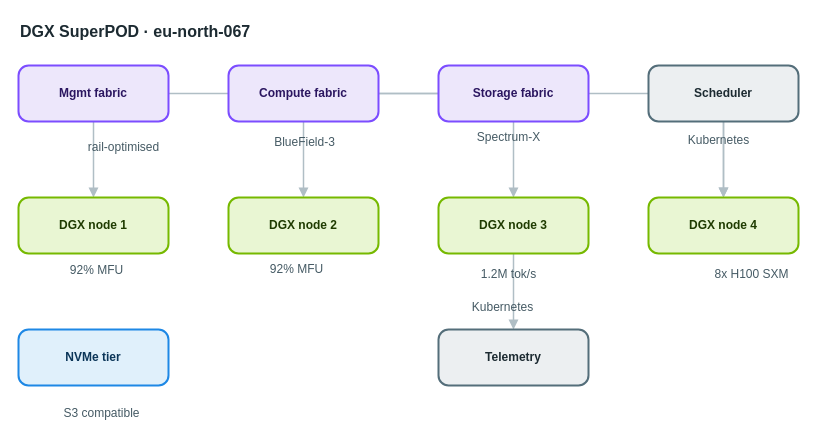
This is apps/web/public/samples/library/067-dgx-superpod.drawio from AryanG01/open-apprentice, a draw.io file, before an edit. Source tidied: cells renumbered, new cells numbered last; positions are measured from the earlier drawing's top-left corner, leaving out a move shared by most shapes. Both pictures are drawn from the tidied source at 100%, with x=0, y=0 at pixel (18, 17).
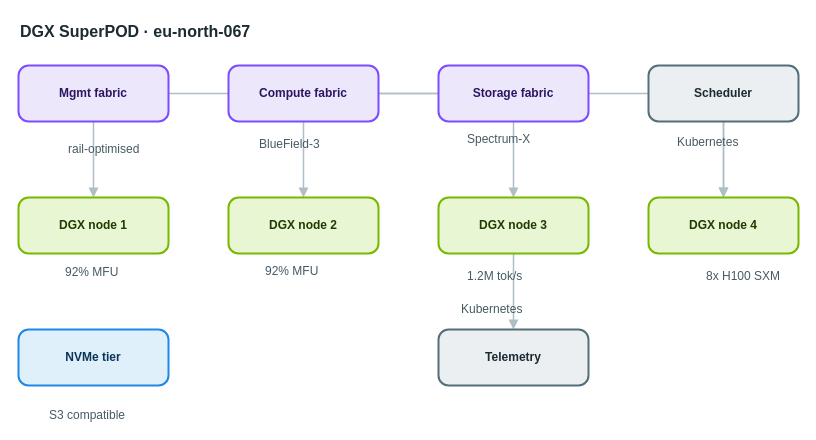
The same page after the edit.

Diff of the diagram source:
```diff
@@
-    <mxCell id="19" value="rail-optimised" style="text;html=1;align=center;verticalAlign=middle;whiteSpace=nowrap;strokeColor=none;fillColor=none;fontSize=12;fontColor=#455a64;" parent="1" vertex="1">
+    <mxCell id="19" value="rail-optimised" style="text;html=1;align=left;verticalAlign=top;whiteSpace=nowrap;spacing=0;spacingTop=0;strokeColor=none;fillColor=none;fontSize=12;fontColor=#455a64;" parent="1" vertex="1">
       <mxGeometry x="50" y="120" width="110" height="20" as="geometry" />
     </mxCell>
-    <mxCell id="20" value="BlueField-3" style="text;html=1;align=center;verticalAlign=middle;whiteSpace=nowrap;strokeColor=none;fillColor=none;fontSize=12;fontColor=#455a64;" parent="1" vertex="1">
+    <mxCell id="20" value="BlueField-3" style="text;html=1;align=left;verticalAlign=top;whiteSpace=nowrap;spacing=0;spacingTop=0;strokeColor=none;fillColor=none;fontSize=12;fontColor=#455a64;" parent="1" vertex="1">
       <mxGeometry x="241" y="115" width="89" height="20" as="geometry" />
     </mxCell>
-    <mxCell id="21" value="Spectrum-X" style="text;html=1;align=center;verticalAlign=middle;whiteSpace=nowrap;strokeColor=none;fillColor=none;fontSize=12;fontColor=#455a64;" parent="1" vertex="1">
+    <mxCell id="21" value="Spectrum-X" style="text;html=1;align=left;verticalAlign=top;whiteSpace=nowrap;spacing=0;spacingTop=0;strokeColor=none;fillColor=none;fontSize=12;fontColor=#455a64;" parent="1" vertex="1">
       <mxGeometry x="449" y="110" width="82" height="20" as="geometry" />
     </mxCell>
-    <mxCell id="22" value="92% MFU" style="text;html=1;align=center;verticalAlign=middle;whiteSpace=nowrap;strokeColor=none;fillColor=none;fontSize=12;fontColor=#455a64;" parent="1" vertex="1">
+    <mxCell id="22" value="92% MFU" style="text;html=1;align=left;verticalAlign=top;whiteSpace=nowrap;spacing=0;spacingTop=0;strokeColor=none;fillColor=none;fontSize=12;fontColor=#455a64;" parent="1" vertex="1">
       <mxGeometry x="47" y="243" width="61" height="20" as="geometry" />
     </mxCell>
-    <mxCell id="23" value="92% MFU" style="text;html=1;align=center;verticalAlign=middle;whiteSpace=nowrap;strokeColor=none;fillColor=none;fontSize=12;fontColor=#455a64;" parent="1" vertex="1">
+    <mxCell id="23" value="92% MFU" style="text;html=1;align=left;verticalAlign=top;whiteSpace=nowrap;spacing=0;spacingTop=0;strokeColor=none;fillColor=none;fontSize=12;fontColor=#455a64;" parent="1" vertex="1">
       <mxGeometry x="247" y="242" width="61" height="20" as="geometry" />
     </mxCell>
-    <mxCell id="24" value="1.2M tok/s" style="text;html=1;align=center;verticalAlign=middle;whiteSpace=nowrap;strokeColor=none;fillColor=none;fontSize=12;fontColor=#455a64;" parent="1" vertex="1">
+    <mxCell id="24" value="1.2M tok/s" style="text;html=1;align=left;verticalAlign=top;whiteSpace=nowrap;spacing=0;spacingTop=0;strokeColor=none;fillColor=none;fontSize=12;fontColor=#455a64;" parent="1" vertex="1">
       <mxGeometry x="449" y="247" width="82" height="20" as="geometry" />
     </mxCell>
-    <mxCell id="25" value="8x H100 SXM" style="text;html=1;align=center;verticalAlign=middle;whiteSpace=nowrap;strokeColor=none;fillColor=none;fontSize=12;fontColor=#455a64;" parent="1" vertex="1">
+    <mxCell id="25" value="8x H100 SXM" style="text;html=1;align=left;verticalAlign=top;whiteSpace=nowrap;spacing=0;spacingTop=0;strokeColor=none;fillColor=none;fontSize=12;fontColor=#455a64;" parent="1" vertex="1">
       <mxGeometry x="688" y="247" width="89" height="20" as="geometry" />
     </mxCell>
-    <mxCell id="26" value="S3 compatible" style="text;html=1;align=center;verticalAlign=middle;whiteSpace=nowrap;strokeColor=none;fillColor=none;fontSize=12;fontColor=#455a64;" parent="1" vertex="1">
+    <mxCell id="26" value="S3 compatible" style="text;html=1;align=left;verticalAlign=top;whiteSpace=nowrap;spacing=0;spacingTop=0;strokeColor=none;fillColor=none;fontSize=12;fontColor=#455a64;" parent="1" vertex="1">
       <mxGeometry x="31" y="386" width="103" height="20" as="geometry" />
     </mxCell>
-    <mxCell id="27" value="Kubernetes" style="text;html=1;align=center;verticalAlign=middle;whiteSpace=nowrap;strokeColor=none;fillColor=none;fontSize=12;fontColor=#455a64;" parent="1" vertex="1">
+    <mxCell id="27" value="Kubernetes" style="text;html=1;align=left;verticalAlign=top;whiteSpace=nowrap;spacing=0;spacingTop=0;strokeColor=none;fillColor=none;fontSize=12;fontColor=#455a64;" parent="1" vertex="1">
       <mxGeometry x="659" y="113" width="82" height="20" as="geometry" />
     </mxCell>
-    <mxCell id="28" value="Kubernetes" style="text;html=1;align=center;verticalAlign=middle;whiteSpace=nowrap;strokeColor=none;fillColor=none;fontSize=12;fontColor=#455a64;" parent="1" vertex="1">
+    <mxCell id="28" value="Kubernetes" style="text;html=1;align=left;verticalAlign=top;whiteSpace=nowrap;spacing=0;spacingTop=0;strokeColor=none;fillColor=none;fontSize=12;fontColor=#455a64;" parent="1" vertex="1">
       <mxGeometry x="443" y="280" width="82" height="20" as="geometry" />
     </mxCell>
```
